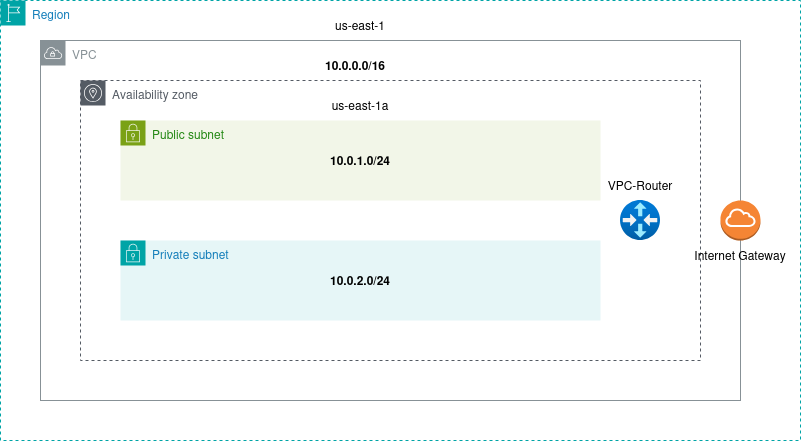
andresiglesiasb/aws-devops-project keeps this draw.io diagram as diagrams/dev-vpc.drawio.png. Above is the earlier version. Source tidied: cells renumbered, new cells last; positions are measured from the earlier drawing's top-left corner, leaving out a move shared by most shapes.
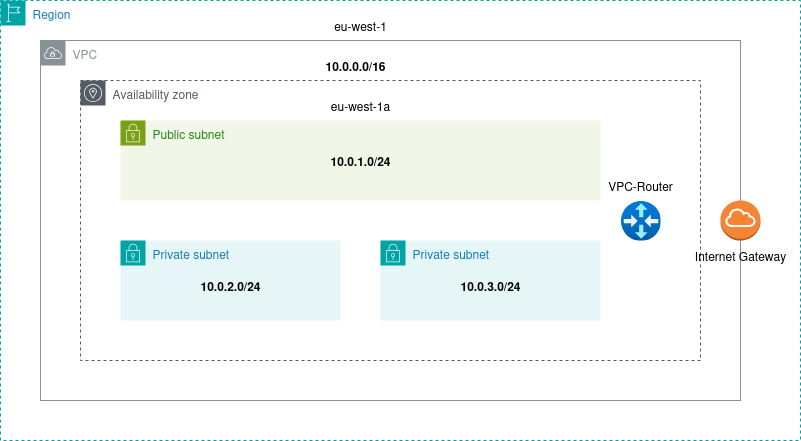
After the change.

What changed in the source:
```diff
@@ -18,18 +18,15 @@
       <mxGeometry x="210" y="25" width="60" height="30" as="geometry" />
     </mxCell>
     <mxCell id="7" value="Private subnet" style="gradientColor=none;html=1;whiteSpace=wrap;fontSize=12;fontStyle=0;shape=mxgraph.aws4.group;grIcon=mxgraph.aws4.group_security_group;grStroke=0;strokeColor=#00A4A6;fillColor=#E6F6F7;verticalAlign=top;align=left;spacingLeft=30;fontColor=#147EBA;dashed=0;" parent="2" vertex="1">
-      <mxGeometry x="120" y="240" width="480" height="80" as="geometry" />
+      <mxGeometry x="120" y="240" width="220" height="80" as="geometry" />
     </mxCell>
-    <mxCell id="8" value="&lt;b&gt;10.0.2.0/24&lt;/b&gt;" style="text;html=1;align=center;verticalAlign=middle;whiteSpace=wrap;rounded=0;" parent="7" vertex="1">
-      <mxGeometry x="210" y="25" width="60" height="30" as="geometry" />
-    </mxCell>
     <mxCell id="9" value="&lt;b&gt;10.0.0.0/16&lt;/b&gt;" style="text;html=1;align=center;verticalAlign=middle;whiteSpace=wrap;rounded=0;" parent="2" vertex="1">
       <mxGeometry x="325" y="50" width="60" height="30" as="geometry" />
     </mxCell>
-    <mxCell id="10" value="us-east-1" style="text;html=1;align=center;verticalAlign=middle;whiteSpace=wrap;rounded=0;" parent="2" vertex="1">
+    <mxCell id="10" value="&lt;span class=&quot;blob-code-inner blob-code-marker-addition&quot;&gt;&lt;span class=&quot;pl-s&quot;&gt;eu-west-1&lt;/span&gt;&lt;/span&gt;" style="text;html=1;align=center;verticalAlign=middle;whiteSpace=wrap;rounded=0;" parent="2" vertex="1">
       <mxGeometry x="310" y="10" width="100" height="30" as="geometry" />
     </mxCell>
-    <mxCell id="11" value="us-east-1a" style="text;html=1;align=center;verticalAlign=middle;whiteSpace=wrap;rounded=0;" parent="2" vertex="1">
+    <mxCell id="11" value="&lt;span class=&quot;blob-code-inner blob-code-marker-addition&quot;&gt;&lt;span class=&quot;pl-s&quot;&gt;eu-west-1a&lt;/span&gt;&lt;/span&gt;" style="text;html=1;align=center;verticalAlign=middle;whiteSpace=wrap;rounded=0;" parent="2" vertex="1">
       <mxGeometry x="310" y="90" width="100" height="30" as="geometry" />
     </mxCell>
     <mxCell id="12" style="image;html=1;align=center;fontSize=12;image=img/lib/azure2/networking/Virtual_Router.svg;" parent="2" vertex="1">
@@ -44,5 +41,14 @@
     <mxCell id="15" value="&lt;div&gt;Internet Gateway&lt;/div&gt;" style="text;html=1;align=center;verticalAlign=middle;whiteSpace=wrap;rounded=0;" parent="2" vertex="1">
       <mxGeometry x="690" y="240" width="100" height="30" as="geometry" />
     </mxCell>
+    <mxCell id="8" value="&lt;b&gt;10.0.2.0/24&lt;/b&gt;" style="text;html=1;align=center;verticalAlign=middle;whiteSpace=wrap;rounded=0;" parent="2" vertex="1">
+      <mxGeometry x="200" y="270" width="60" height="30" as="geometry" />
+    </mxCell>
+    <mxCell id="16" value="Private subnet" style="gradientColor=none;html=1;whiteSpace=wrap;fontSize=12;fontStyle=0;shape=mxgraph.aws4.group;grIcon=mxgraph.aws4.group_security_group;grStroke=0;strokeColor=#00A4A6;fillColor=#E6F6F7;verticalAlign=top;align=left;spacingLeft=30;fontColor=#147EBA;dashed=0;" parent="2" vertex="1">
+      <mxGeometry x="380" y="240" width="220" height="80" as="geometry" />
+    </mxCell>
+    <mxCell id="17" value="&lt;b&gt;10.0.3.0/24&lt;/b&gt;" style="text;html=1;align=center;verticalAlign=middle;whiteSpace=wrap;rounded=0;" parent="16" vertex="1">
+      <mxGeometry x="80" y="30" width="60" height="30" as="geometry" />
+    </mxCell>
   </root>
 </mxGraphModel>
```
